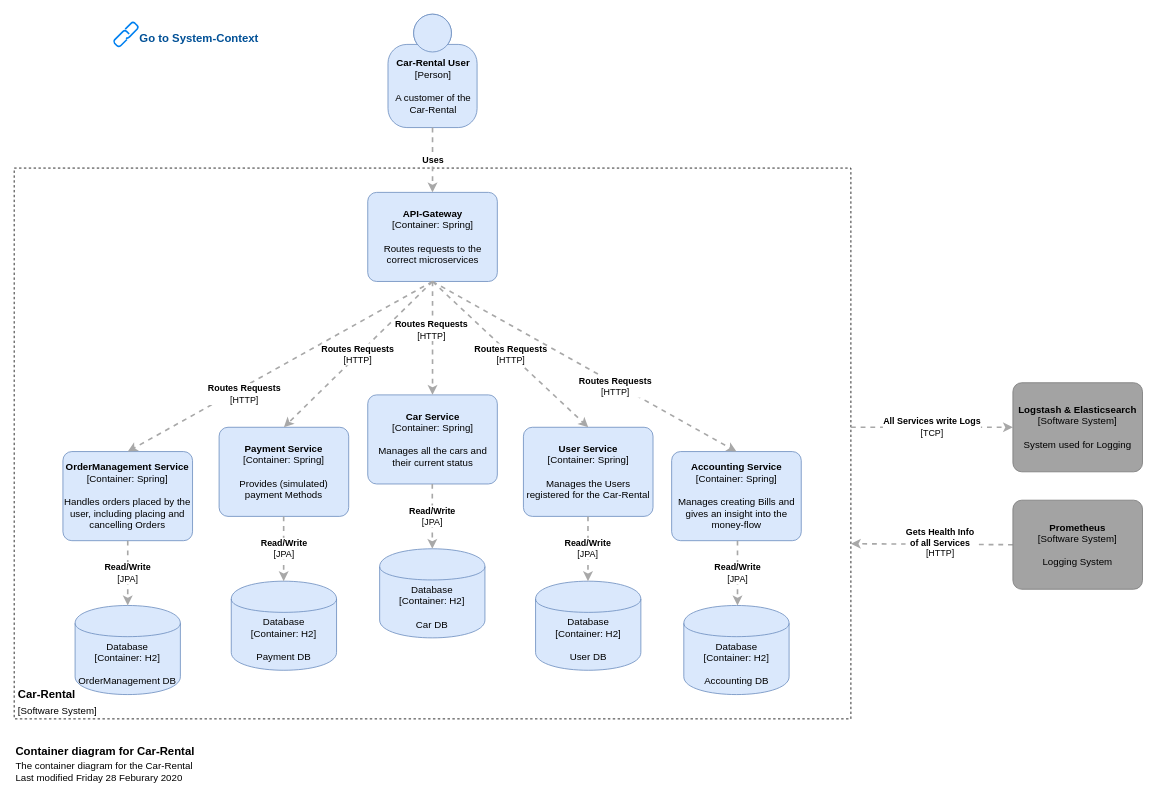
Before: page "Container" (2 of 8) of diagramme/draw.io_Files/car-rental-c4.drawio in asys1920/asysmanagement, a draw.io diagram. Source tidied: cells renumbered, new cells numbered last; positions are measured from the earlier drawing's top-left corner, leaving out a move shared by most shapes. Both pictures are drawn from the tidied source at 81%, with x=0, y=0 at pixel (14, 14).
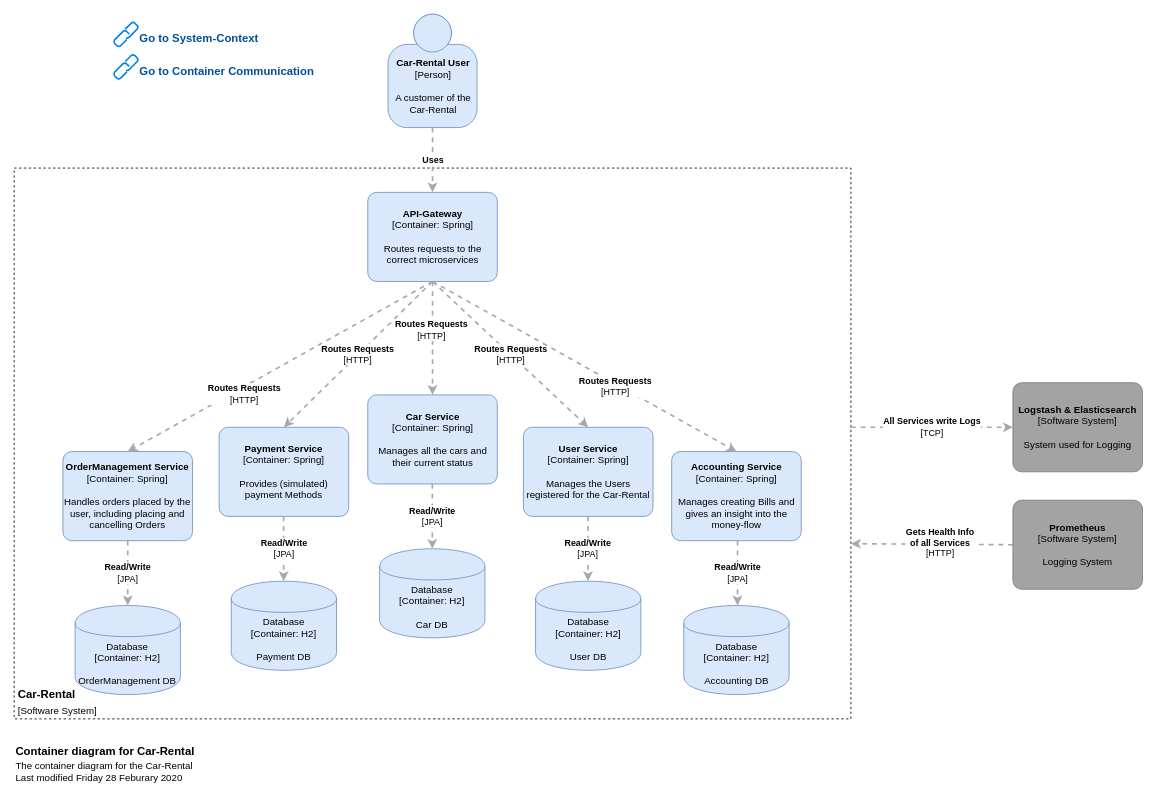
After the change.

Diff of the diagram source:
```diff
@@
+    <mxCell id="39" style="group;" parent="1" vertex="1">
+      <mxGeometry x="123" y="50" width="260" height="30" as="geometry" />
+    </mxCell>
+    <mxCell id="40" style="html=1;verticalLabelPosition=bottom;align=center;labelBackgroundColor=#ffffff;verticalAlign=top;strokeWidth=2;strokeColor=#0080F0;shadow=0;dashed=0;shape=mxgraph.ios7.icons.link;fillColor=none;" parent="39" vertex="1">
+      <mxGeometry width="30" height="30" as="geometry" />
+    </mxCell>
+    <mxCell id="41" value="&lt;b&gt;&lt;font style=&quot;font-size: 14px&quot;&gt;Go to Container Communication&lt;br&gt;&lt;/font&gt;&lt;/b&gt;" style="text;html=1;align=left;verticalAlign=middle;fontColor=#005096;" parent="39" vertex="1">
+      <mxGeometry x="30" y="10" width="230" height="20" as="geometry" />
+    </mxCell>
```
